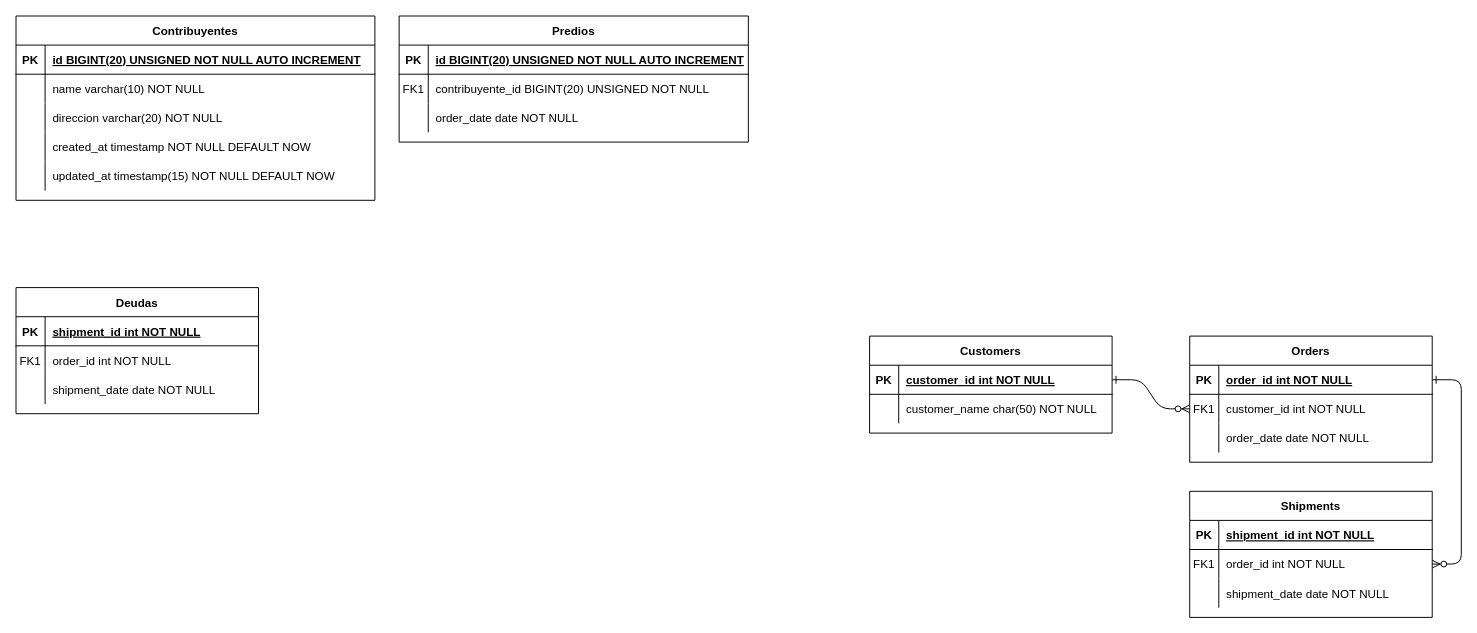
The draw.io diagram Diagrama Físico.drawio in josephmb830/cursosql, before the edit. Source tidied: cells renumbered, new cells numbered last; positions are measured from the earlier drawing's top-left corner, leaving out a move shared by most shapes. Both pictures are drawn from the tidied source at 97%, with x=0, y=0 at pixel (16, 16).
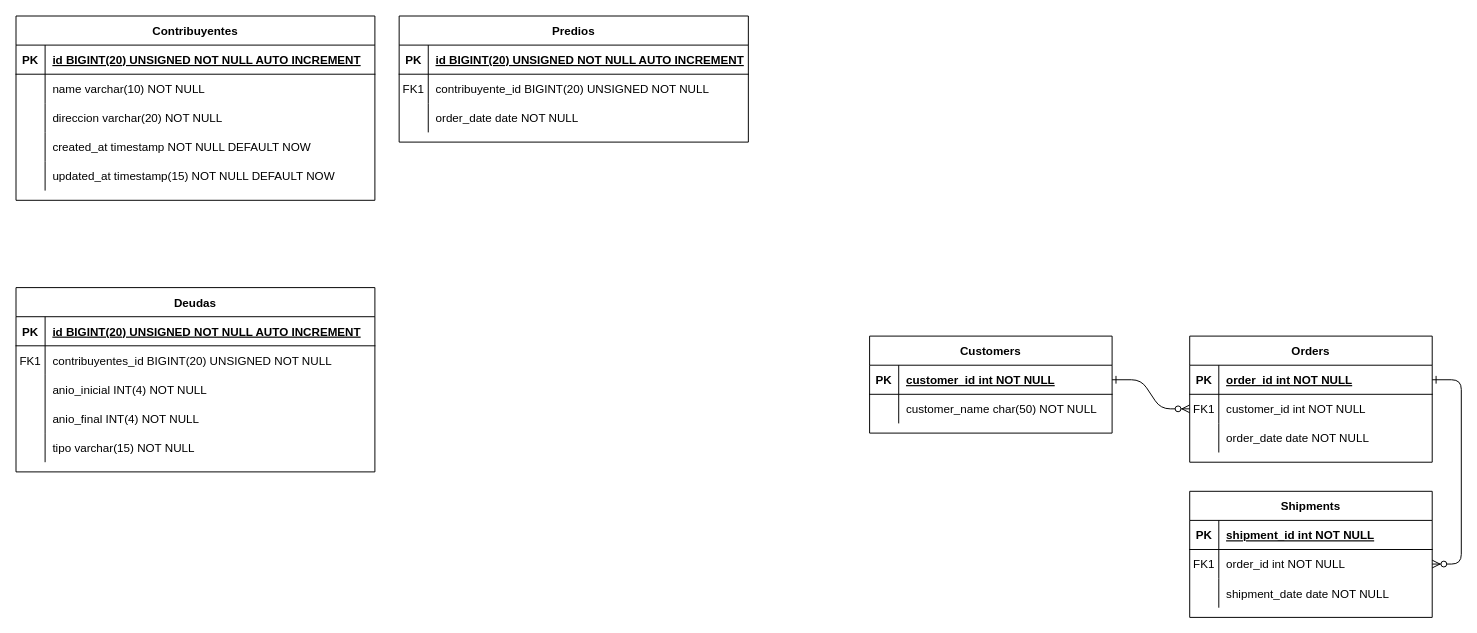
After the change.

What changed in the source:
```diff
@@
     <mxCell id="58" value="Deudas" style="shape=table;startSize=30;childLayout=tableLayout;rowLines=0;fontStyle=1;align=center;" parent="1" vertex="1">
-      <mxGeometry y="280" width="250" height="130" as="geometry" />
+      <mxGeometry y="280" width="370" height="190" as="geometry" />
     </mxCell>
     <mxCell id="59" style="shape=partialRectangle;fillColor=none;top=0;left=0;right=0;bottom=1;" parent="58" vertex="1">
-      <mxGeometry y="30" width="250" height="30" as="geometry" />
+      <mxGeometry y="30" width="370" height="30" as="geometry" />
     </mxCell>
@@
-    <mxCell id="61" value="shipment_id int NOT NULL " style="shape=partialRectangle;overflow=hidden;fillColor=none;top=0;left=0;bottom=0;right=0;align=left;spacingLeft=6;fontStyle=5;" parent="59" vertex="1">
-      <mxGeometry x="30" width="220" height="30" as="geometry" />
+    <mxCell id="61" value="id BIGINT(20) UNSIGNED NOT NULL AUTO INCREMENT" style="shape=partialRectangle;overflow=hidden;fillColor=none;top=0;left=0;bottom=0;right=0;align=left;spacingLeft=6;fontStyle=5;" parent="59" vertex="1">
+      <mxGeometry x="30" width="340" height="30" as="geometry" />
     </mxCell>
     <mxCell id="62" style="shape=partialRectangle;fillColor=none;top=0;left=0;right=0;bottom=0;" parent="58" vertex="1">
-      <mxGeometry y="60" width="250" height="30" as="geometry" />
+      <mxGeometry y="60" width="370" height="30" as="geometry" />
     </mxCell>
@@
-    <mxCell id="64" value="order_id int NOT NULL" style="shape=partialRectangle;overflow=hidden;fillColor=none;top=0;left=0;bottom=0;right=0;align=left;spacingLeft=6;" parent="62" vertex="1">
-      <mxGeometry x="30" width="220" height="30" as="geometry" />
+    <mxCell id="64" value="contribuyentes_id BIGINT(20) UNSIGNED NOT NULL" style="shape=partialRectangle;overflow=hidden;fillColor=none;top=0;left=0;bottom=0;right=0;align=left;spacingLeft=6;" parent="62" vertex="1">
+      <mxGeometry x="30" width="340" height="30" as="geometry" />
     </mxCell>
     <mxCell id="65" style="shape=partialRectangle;fillColor=none;top=0;left=0;right=0;bottom=0;" parent="58" vertex="1">
-      <mxGeometry y="90" width="250" height="30" as="geometry" />
+      <mxGeometry y="90" width="370" height="30" as="geometry" />
     </mxCell>
@@
-    <mxCell id="67" value="shipment_date date NOT NULL" style="shape=partialRectangle;overflow=hidden;fillColor=none;top=0;left=0;bottom=0;right=0;align=left;spacingLeft=6;" parent="65" vertex="1">
-      <mxGeometry x="30" width="220" height="30" as="geometry" />
+    <mxCell id="67" value="anio_inicial INT(4) NOT NULL" style="shape=partialRectangle;overflow=hidden;fillColor=none;top=0;left=0;bottom=0;right=0;align=left;spacingLeft=6;" parent="65" vertex="1">
+      <mxGeometry x="30" width="340" height="30" as="geometry" />
     </mxCell>
+    <mxCell id="68" style="shape=partialRectangle;fillColor=none;top=0;left=0;right=0;bottom=0;" parent="58" vertex="1">
+      <mxGeometry y="120" width="370" height="30" as="geometry" />
+    </mxCell>
+    <mxCell id="69" style="shape=partialRectangle;overflow=hidden;fillColor=none;top=0;left=0;bottom=0;right=0;" parent="68" vertex="1">
+      <mxGeometry width="30" height="30" as="geometry" />
+    </mxCell>
+    <mxCell id="70" value="anio_final INT(4) NOT NULL" style="shape=partialRectangle;overflow=hidden;fillColor=none;top=0;left=0;bottom=0;right=0;align=left;spacingLeft=6;" parent="68" vertex="1">
+      <mxGeometry x="30" width="340" height="30" as="geometry" />
+    </mxCell>
+    <mxCell id="71" style="shape=partialRectangle;fillColor=none;top=0;left=0;right=0;bottom=0;" parent="58" vertex="1">
+      <mxGeometry y="150" width="370" height="30" as="geometry" />
+    </mxCell>
+    <mxCell id="72" style="shape=partialRectangle;overflow=hidden;fillColor=none;top=0;left=0;bottom=0;right=0;" parent="71" vertex="1">
+      <mxGeometry width="30" height="30" as="geometry" />
+    </mxCell>
+    <mxCell id="73" value="tipo varchar(15) NOT NULL" style="shape=partialRectangle;overflow=hidden;fillColor=none;top=0;left=0;bottom=0;right=0;align=left;spacingLeft=6;" parent="71" vertex="1">
+      <mxGeometry x="30" width="340" height="30" as="geometry" />
+    </mxCell>
```
